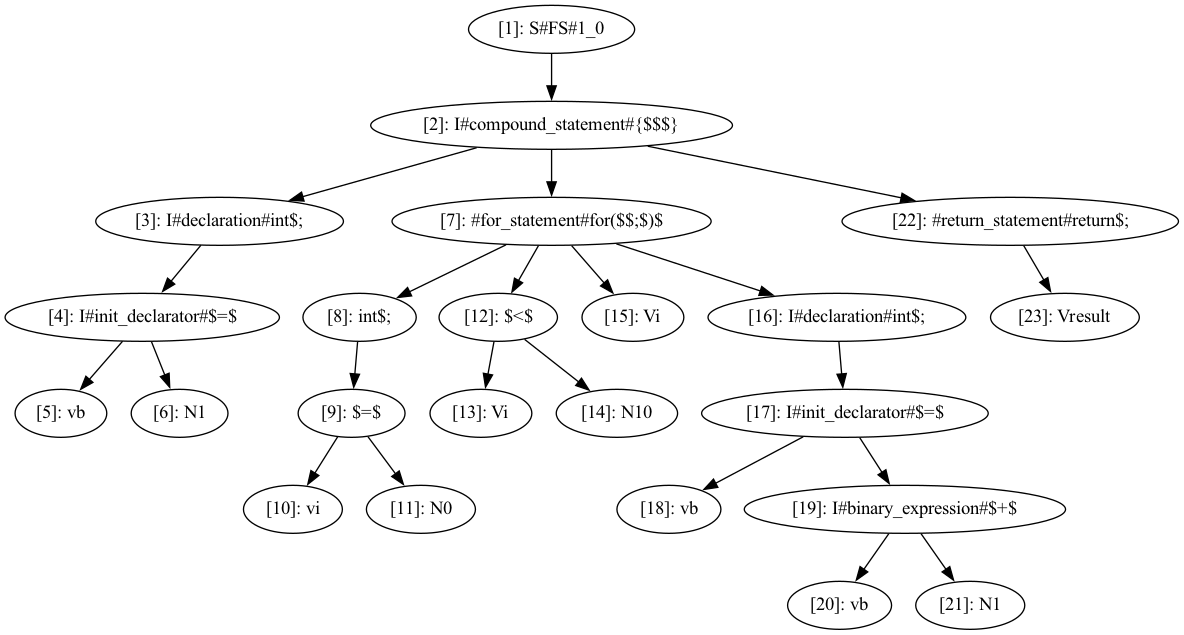
Before: cass.png, a diagram exported from Graphviz (deryaerman/DIA-System-DS-Plagiarism-Checker-GIT). Its source is kept beside it as cass.dot.
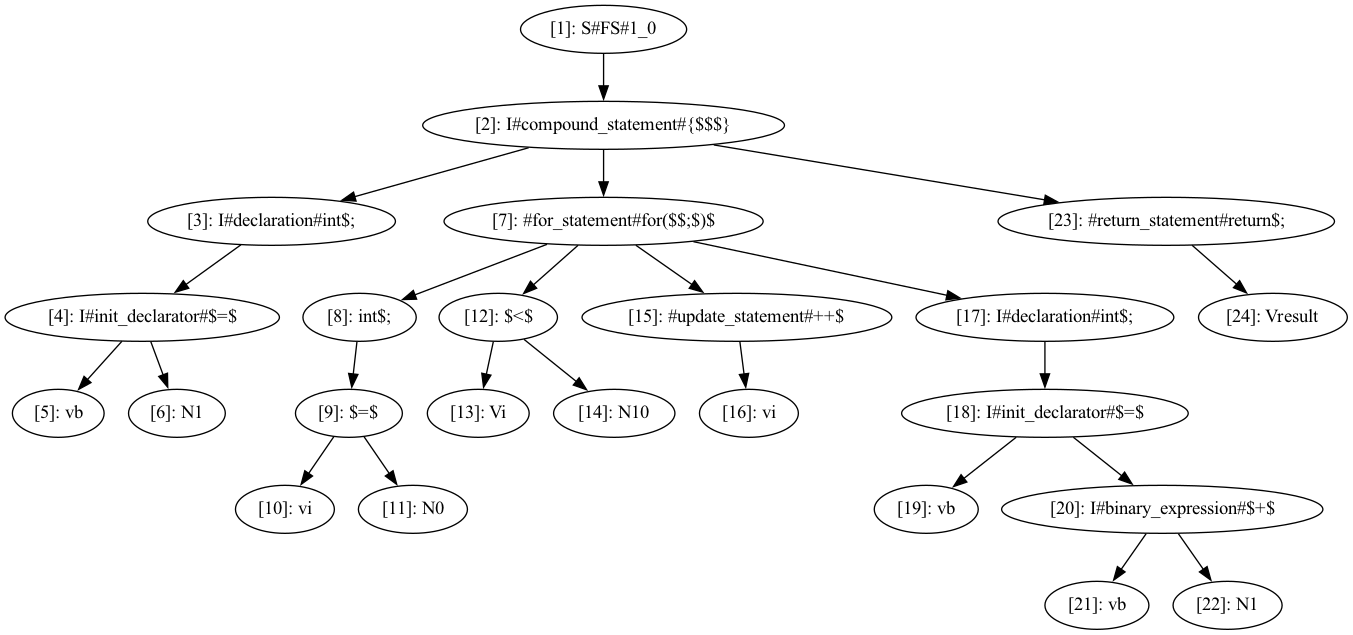
After the commit.

Diff of the diagram source:
```diff
@@ -14,15 +14,16 @@
   n12 [label="[12]: $<$"];
   n13 [label="[13]: Vi"];
   n14 [label="[14]: N10"];
-  n15 [label="[15]: Vi"];
-  n16 [label="[16]: I#declaration#int$;"];
-  n17 [label="[17]: I#init_declarator#$=$"];
-  n18 [label="[18]: vb"];
-  n19 [label="[19]: I#binary_expression#$+$"];
-  n20 [label="[20]: vb"];
-  n21 [label="[21]: N1"];
-  n22 [label="[22]: #return_statement#return$;"];
-  n23 [label="[23]: Vresult"];
+  n15 [label="[15]: #update_statement#++$"];
+  n16 [label="[16]: vi"];
+  n17 [label="[17]: I#declaration#int$;"];
+  n18 [label="[18]: I#init_declarator#$=$"];
+  n19 [label="[19]: vb"];
+  n20 [label="[20]: I#binary_expression#$+$"];
+  n21 [label="[21]: vb"];
+  n22 [label="[22]: N1"];
+  n23 [label="[23]: #return_statement#return$;"];
+  n24 [label="[24]: Vresult"];
   n1 -> n2;
   n2 -> n3;
   n3 -> n4;
@@ -37,12 +38,13 @@
   n12 -> n13;
   n12 -> n14;
   n7 -> n15;
-  n7 -> n16;
-  n16 -> n17;
+  n15 -> n16;
+  n7 -> n17;
   n17 -> n18;
-  n17 -> n19;
-  n19 -> n20;
-  n19 -> n21;
-  n2 -> n22;
-  n22 -> n23;
+  n18 -> n19;
+  n18 -> n20;
+  n20 -> n21;
+  n20 -> n22;
+  n2 -> n23;
+  n23 -> n24;
 }
```
